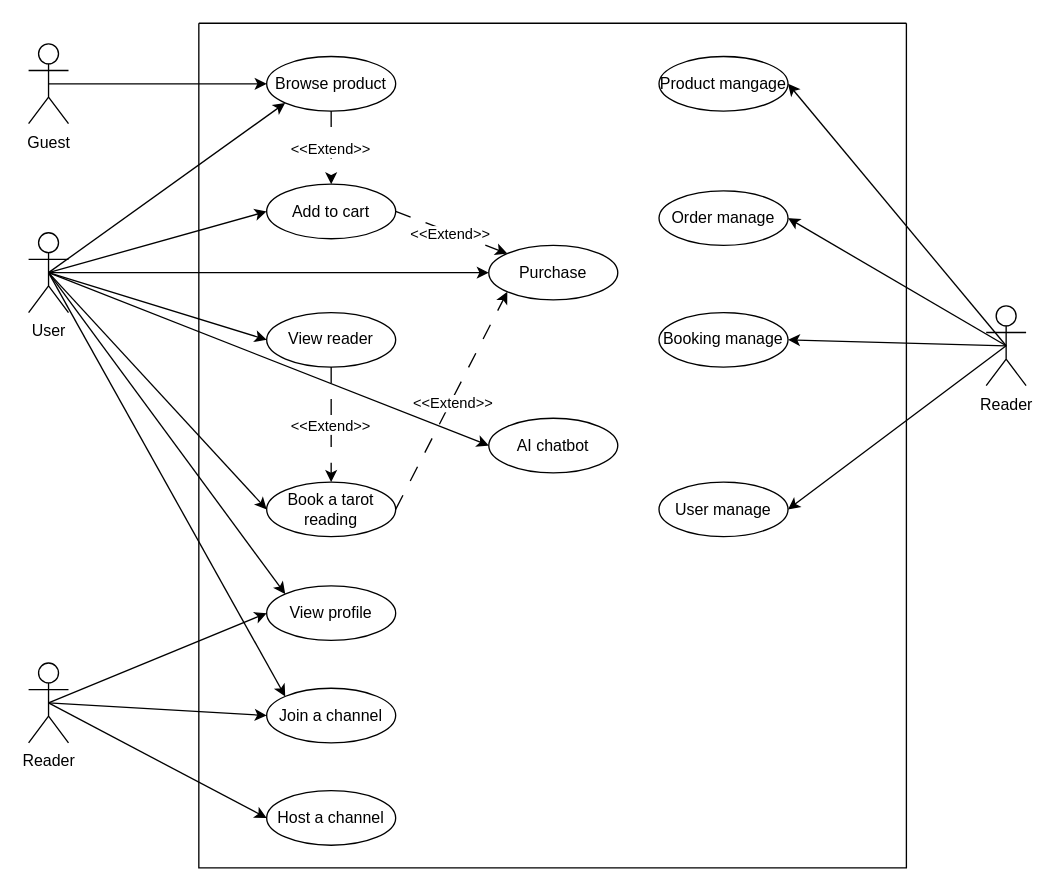
The draw.io diagram be_design.drawio in ippapi/Enigma, before the edit. Source tidied: cells renumbered, new cells numbered last; positions are measured from the earlier drawing's top-left corner, leaving out a move shared by most shapes. Both pictures are drawn from the tidied source at 133%, with x=0, y=0 at pixel (28, 23).
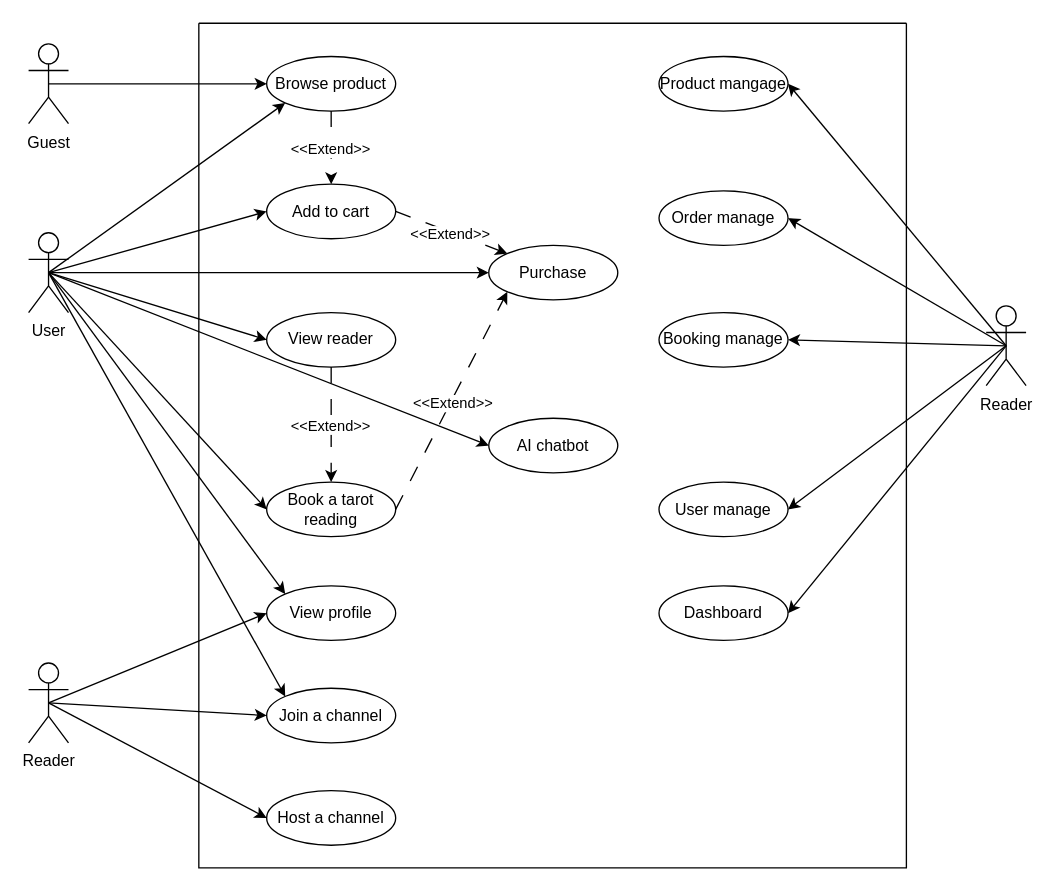
The same page after the edit.

Unchanged cells that the change refers to:
```xml
<mxCell id="2" style="swimlane;startSize=0;" parent="1" vertex="1">
  <mxGeometry x="128" width="532" height="635" as="geometry" />
</mxCell>
<mxCell id="27" value="Reader" style="shape=umlActor;html=1;verticalLabelPosition=bottom;verticalAlign=top;align=center;" parent="1" vertex="1">
  <mxGeometry x="720" y="212.5" width="30" height="60" as="geometry" />
</mxCell>
```

The edit, as a diff of the source:
```diff
@@
+    <mxCell id="44" value="Dashboard" style="ellipse;whiteSpace=wrap;html=1;" parent="2" vertex="1">
+      <mxGeometry x="346" y="423" width="97" height="41" as="geometry" />
+    </mxCell>
@@
+    <mxCell id="45" style="endArrow=classic;html=1;rounded=0;exitX=0.5;exitY=0.5;exitDx=0;exitDy=0;exitPerimeter=0;entryX=1;entryY=0.5;entryDx=0;entryDy=0;" parent="1" edge="1" source="27" target="44">
+      <mxGeometry relative="1" as="geometry" />
+    </mxCell>
```
